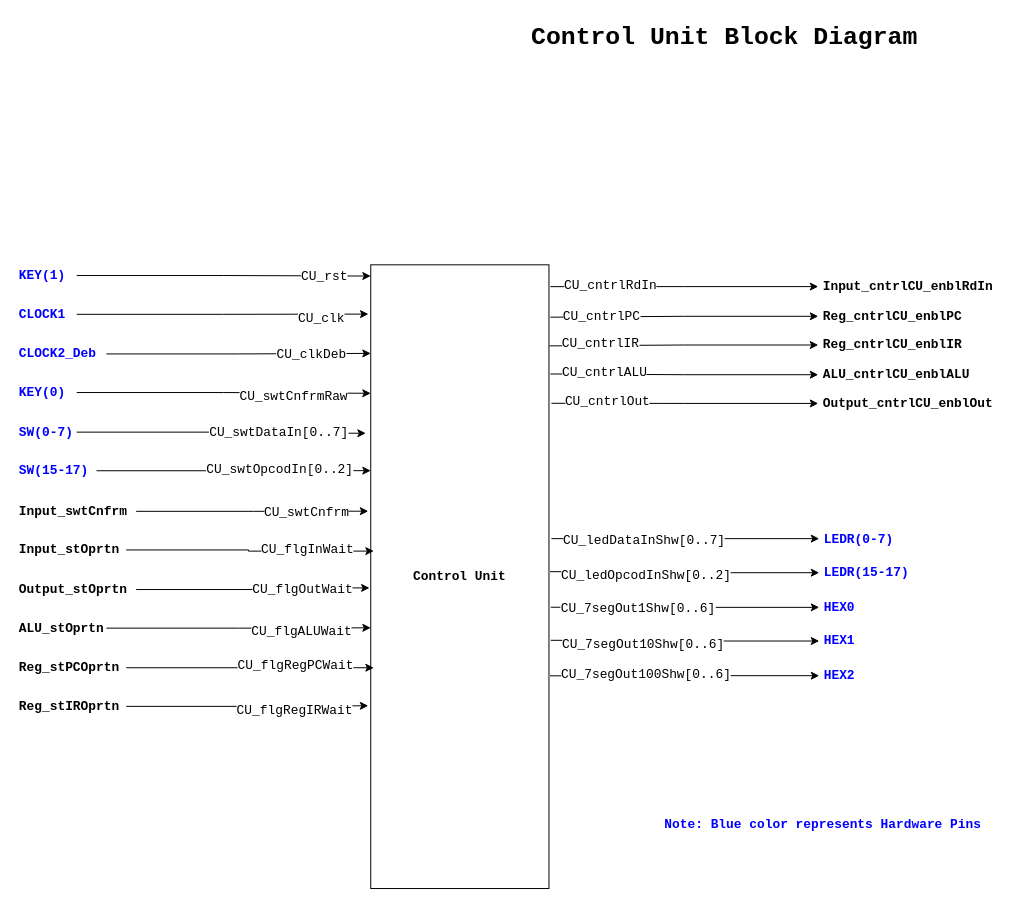
Above: page "CU_BD (top)" (3 of 8) of 04_ControlUnit_v1/CPU_Design.drawio in Vichu95/Basic_CPU_FPGA (draw.io), before the change. Source tidied: cells renumbered, new cells numbered last; positions are measured from the earlier drawing's top-left corner, leaving out a move shared by most shapes. Both pictures are drawn from the tidied source at 99%, with x=0, y=0 at pixel (17, 17).
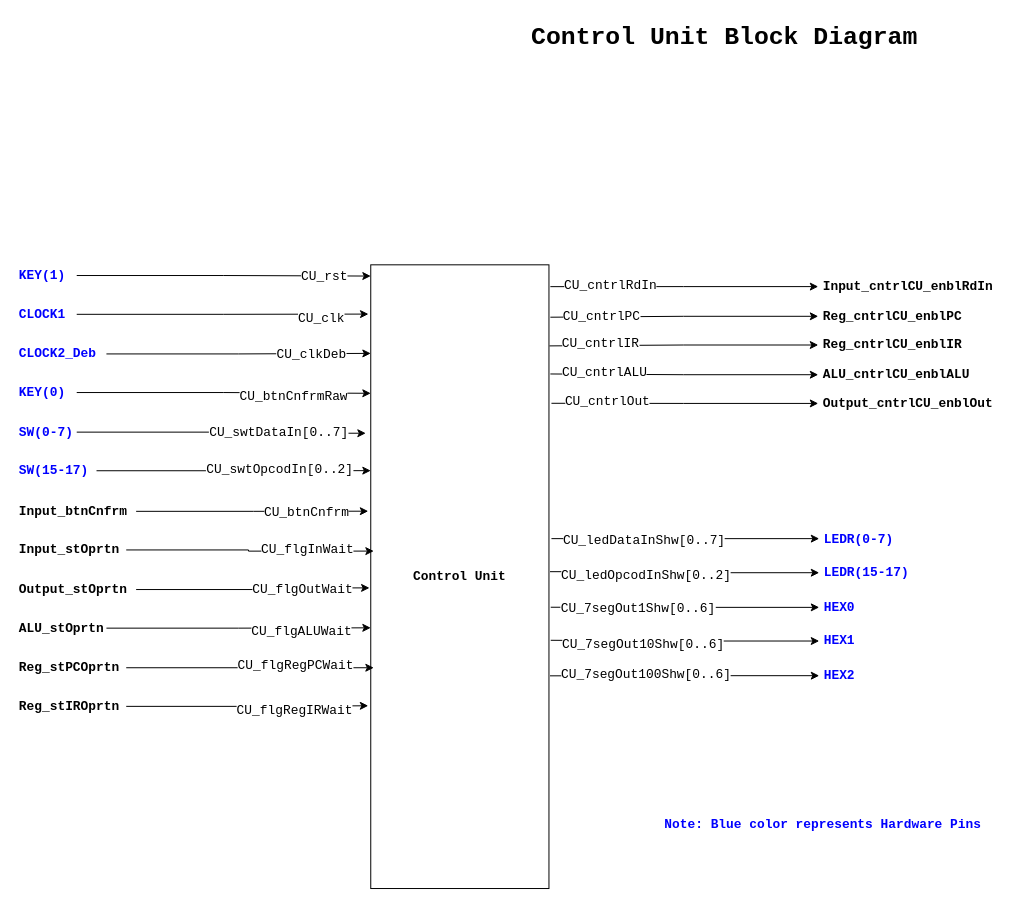
The same diagram, later.

Unchanged cells that the change refers to:
```xml
<mxCell id="4" style="edgeStyle=orthogonalEdgeStyle;rounded=0;jettySize=auto;html=1;entryX=0;entryY=0.206;entryDx=0;entryDy=0;entryPerimeter=0;fontFamily=Courier New;fontSize=13;fontColor=#000000;" parent="1" edge="1" source="6" target="2">
  <mxGeometry relative="1" as="geometry" />
</mxCell>
<mxCell id="37" style="edgeStyle=orthogonalEdgeStyle;rounded=0;jettySize=auto;html=1;entryX=-0.014;entryY=0.395;entryDx=0;entryDy=0;entryPerimeter=0;fontFamily=Courier New;fontSize=13;fontColor=#000000;startArrow=none;startFill=0;endArrow=classic;endFill=1;" parent="1" edge="1" source="39" target="2">
  <mxGeometry relative="1" as="geometry" />
</mxCell>
```

Diff of the diagram source:
```diff
@@
-    <mxCell id="5" value="CU_swtCnfrmRaw" style="edgeLabel;html=1;align=center;verticalAlign=middle;fontSize=13;fontFamily=Courier New;fontColor=#000000;" parent="4" vertex="1">
+    <mxCell id="5" value="CU_btnCnfrmRaw" style="edgeLabel;html=1;align=center;verticalAlign=middle;fontSize=13;fontFamily=Courier New;fontColor=#000000;" parent="4" vertex="1">
       <mxGeometry x="0.73" y="-3" relative="1" as="geometry">
         <mxPoint x="-39" as="offset" />
       </mxGeometry>
     </mxCell>
@@
-    <mxCell id="38" value="CU_swtCnfrm" style="edgeLabel;html=1;align=center;verticalAlign=middle;fontSize=13;fontFamily=Courier New;fontColor=#000000;" parent="37" vertex="1">
+    <mxCell id="38" value="CU_btnCnfrm" style="edgeLabel;html=1;align=center;verticalAlign=middle;fontSize=13;fontFamily=Courier New;fontColor=#000000;" parent="37" vertex="1">
       <mxGeometry x="0.73" y="-1" relative="1" as="geometry">
         <mxPoint x="-31" as="offset" />
       </mxGeometry>
     </mxCell>
-    <mxCell id="39" value="&lt;font color=&quot;#000000&quot;&gt;Input_swtCnfrm&lt;/font&gt;" style="text;html=1;align=left;verticalAlign=middle;points=[];strokeColor=none;fillColor=none;fontStyle=1;labelBackgroundColor=none;fontColor=#0000FF;fontSize=13;fontFamily=Courier New;spacing=2;spacingRight=-13;" parent="1" vertex="1">
+    <mxCell id="39" value="&lt;font color=&quot;#000000&quot;&gt;Input_btnCnfrm&lt;/font&gt;" style="text;html=1;align=left;verticalAlign=middle;points=[];strokeColor=none;fillColor=none;fontStyle=1;labelBackgroundColor=none;fontColor=#0000FF;fontSize=13;fontFamily=Courier New;spacing=2;spacingRight=-13;" parent="1" vertex="1">
       <mxGeometry y="484" width="120" height="30" as="geometry" />
     </mxCell>
```
